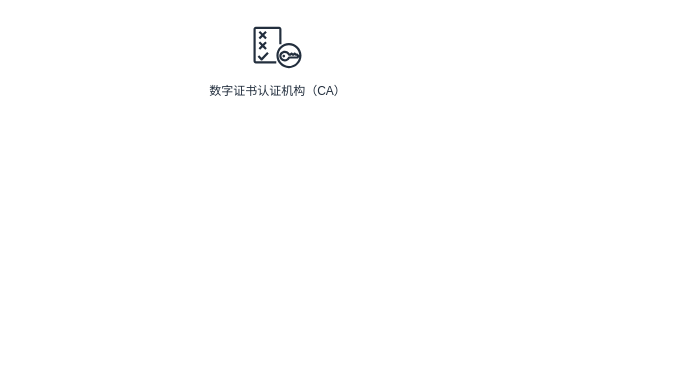
Above: 计算机网络/数字证书工作流程.drawio in jayouths/drawio_Repository (draw.io), before the change. Source tidied: cells renumbered, new cells numbered last; positions are measured from the earlier drawing's top-left corner, leaving out a move shared by most shapes. Both pictures are drawn from the tidied source at 100%, with x=0, y=0 at pixel (247, 17).
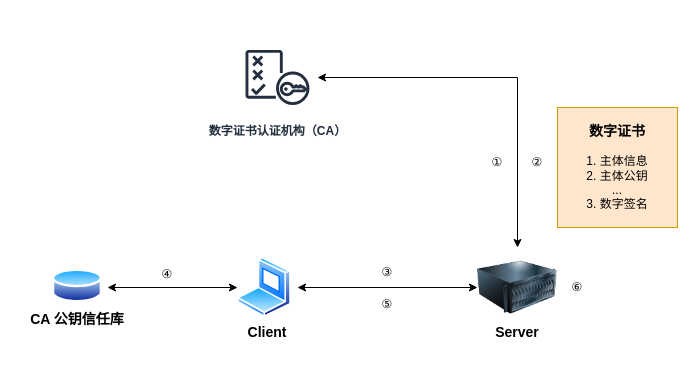
After the change.

Commit message:
更新数字证书工作流程.drawio

Diff of the diagram source:
```diff
@@
+    <mxCell id="3" style="group;" parent="1" vertex="1">
+      <mxGeometry x="-230" y="20" width="660" height="310" as="geometry" />
+    </mxCell>
-    <mxCell id="2" value="数字证书认证机构（CA）" style="sketch=0;outlineConnect=0;fontColor=#232F3E;gradientColor=none;strokeColor=#232F3E;fillColor=#ffffff;dashed=0;verticalLabelPosition=bottom;verticalAlign=top;align=center;html=1;fontSize=12;fontStyle=0;shape=mxgraph.aws4.resourceIcon;resIcon=mxgraph.aws4.policy;" parent="1" vertex="1">
-      <mxGeometry width="60" height="60" as="geometry" />
+    <mxCell id="2" value="&lt;b&gt;数字证书认证机构（CA）&lt;/b&gt;" style="sketch=0;outlineConnect=0;fontColor=#232F3E;gradientColor=none;strokeColor=#232F3E;fillColor=#ffffff;dashed=0;verticalLabelPosition=bottom;verticalAlign=top;align=center;html=1;fontSize=12;fontStyle=0;shape=mxgraph.aws4.resourceIcon;resIcon=mxgraph.aws4.policy;" parent="3" vertex="1">
+      <mxGeometry x="220" width="80" height="80" as="geometry" />
     </mxCell>
+    <mxCell id="4" style="image;html=1;image=img/lib/clip_art/computers/Server_128x128.png;" parent="3" vertex="1">
+      <mxGeometry x="460" y="210" width="80" height="80" as="geometry" />
+    </mxCell>
+    <mxCell id="5" style="image;perimeter=ellipsePerimeter;html=1;align=center;shadow=0;dashed=0;spacingTop=3;image=img/lib/active_directory/laptop_client.svg;" parent="3" vertex="1">
+      <mxGeometry x="220" y="220" width="54" height="60" as="geometry" />
+    </mxCell>
+    <mxCell id="6" value="①" style="text;html=1;whiteSpace=wrap;strokeColor=none;fillColor=none;align=center;verticalAlign=middle;rounded=0;" parent="3" vertex="1">
+      <mxGeometry x="450" y="110" width="60" height="30" as="geometry" />
+    </mxCell>
+    <mxCell id="7" style="endArrow=classic;startArrow=classic;html=1;rounded=0;entryX=0.5;entryY=0;entryDx=0;entryDy=0;" parent="3" edge="1" source="2" target="4">
+      <mxGeometry relative="1" as="geometry">
+        <Array as="points">
+          <mxPoint x="500" y="40" />
+        </Array>
+      </mxGeometry>
+    </mxCell>
+    <mxCell id="8" value="②" style="text;html=1;whiteSpace=wrap;strokeColor=none;fillColor=none;align=center;verticalAlign=middle;rounded=0;" parent="3" vertex="1">
+      <mxGeometry x="490" y="110" width="60" height="30" as="geometry" />
+    </mxCell>
+    <mxCell id="9" value="&lt;b&gt;&lt;font style=&quot;font-size: 14px;&quot;&gt;数字证书&lt;/font&gt;&lt;/b&gt;&lt;div&gt;&lt;b&gt;&lt;br&gt;&lt;/b&gt;&lt;div&gt;1. 主体信息&lt;/div&gt;&lt;div&gt;2. 主体公钥&lt;/div&gt;&lt;div&gt;...&lt;/div&gt;&lt;div&gt;3. 数字签名&lt;/div&gt;&lt;/div&gt;" style="rounded=0;whiteSpace=wrap;html=1;fillColor=#ffe6cc;strokeColor=#d79b00;" parent="3" vertex="1">
+      <mxGeometry x="540" y="70" width="120" height="120" as="geometry" />
+    </mxCell>
+    <mxCell id="10" style="image;perimeter=ellipsePerimeter;html=1;align=center;shadow=0;dashed=0;spacingTop=3;image=img/lib/active_directory/database.svg;" parent="3" vertex="1">
+      <mxGeometry x="35" y="230" width="50" height="37" as="geometry" />
+    </mxCell>
+    <mxCell id="11" value="&lt;b&gt;&lt;font style=&quot;font-size: 14px;&quot;&gt;CA 公钥信任库&lt;/font&gt;&lt;/b&gt;" style="text;html=1;whiteSpace=wrap;strokeColor=none;fillColor=none;align=center;verticalAlign=middle;rounded=0;" parent="3" vertex="1">
+      <mxGeometry y="267" width="120" height="30" as="geometry" />
+    </mxCell>
+    <mxCell id="12" value="③" style="text;html=1;whiteSpace=wrap;strokeColor=none;fillColor=none;align=center;verticalAlign=middle;rounded=0;" parent="3" vertex="1">
+      <mxGeometry x="340" y="220" width="60" height="30" as="geometry" />
+    </mxCell>
+    <mxCell id="13" value="④" style="text;html=1;whiteSpace=wrap;strokeColor=none;fillColor=none;align=center;verticalAlign=middle;rounded=0;" parent="3" vertex="1">
+      <mxGeometry x="120" y="222" width="60" height="30" as="geometry" />
+    </mxCell>
+    <mxCell id="14" style="endArrow=classic;startArrow=classic;html=1;rounded=0;entryX=0;entryY=0.5;entryDx=0;entryDy=0;" parent="3" edge="1" target="5">
+      <mxGeometry relative="1" as="geometry">
+        <mxPoint x="90" y="250" as="sourcePoint" />
+      </mxGeometry>
+    </mxCell>
+    <mxCell id="15" style="endArrow=classic;startArrow=classic;html=1;rounded=0;entryX=0;entryY=0.5;entryDx=0;entryDy=0;" parent="3" edge="1" target="4">
+      <mxGeometry relative="1" as="geometry">
+        <mxPoint x="280" y="250" as="sourcePoint" />
+      </mxGeometry>
+    </mxCell>
+    <mxCell id="16" value="⑤" style="text;html=1;whiteSpace=wrap;strokeColor=none;fillColor=none;align=center;verticalAlign=middle;rounded=0;" parent="3" vertex="1">
+      <mxGeometry x="340" y="252" width="60" height="30" as="geometry" />
+    </mxCell>
+    <mxCell id="17" value="⑥" style="text;html=1;whiteSpace=wrap;strokeColor=none;fillColor=none;align=center;verticalAlign=middle;rounded=0;" parent="3" vertex="1">
+      <mxGeometry x="530" y="235" width="60" height="30" as="geometry" />
+    </mxCell>
+    <mxCell id="18" value="&lt;b&gt;&lt;font style=&quot;font-size: 14px;&quot;&gt;Client&lt;/font&gt;&lt;/b&gt;" style="text;html=1;whiteSpace=wrap;strokeColor=none;fillColor=none;align=center;verticalAlign=middle;rounded=0;" parent="3" vertex="1">
+      <mxGeometry x="190" y="280" width="120" height="30" as="geometry" />
+    </mxCell>
+    <mxCell id="19" value="&lt;b&gt;&lt;font style=&quot;font-size: 14px;&quot;&gt;Server&lt;/font&gt;&lt;/b&gt;" style="text;html=1;whiteSpace=wrap;strokeColor=none;fillColor=none;align=center;verticalAlign=middle;rounded=0;" parent="3" vertex="1">
+      <mxGeometry x="440" y="280" width="120" height="30" as="geometry" />
+    </mxCell>
```
